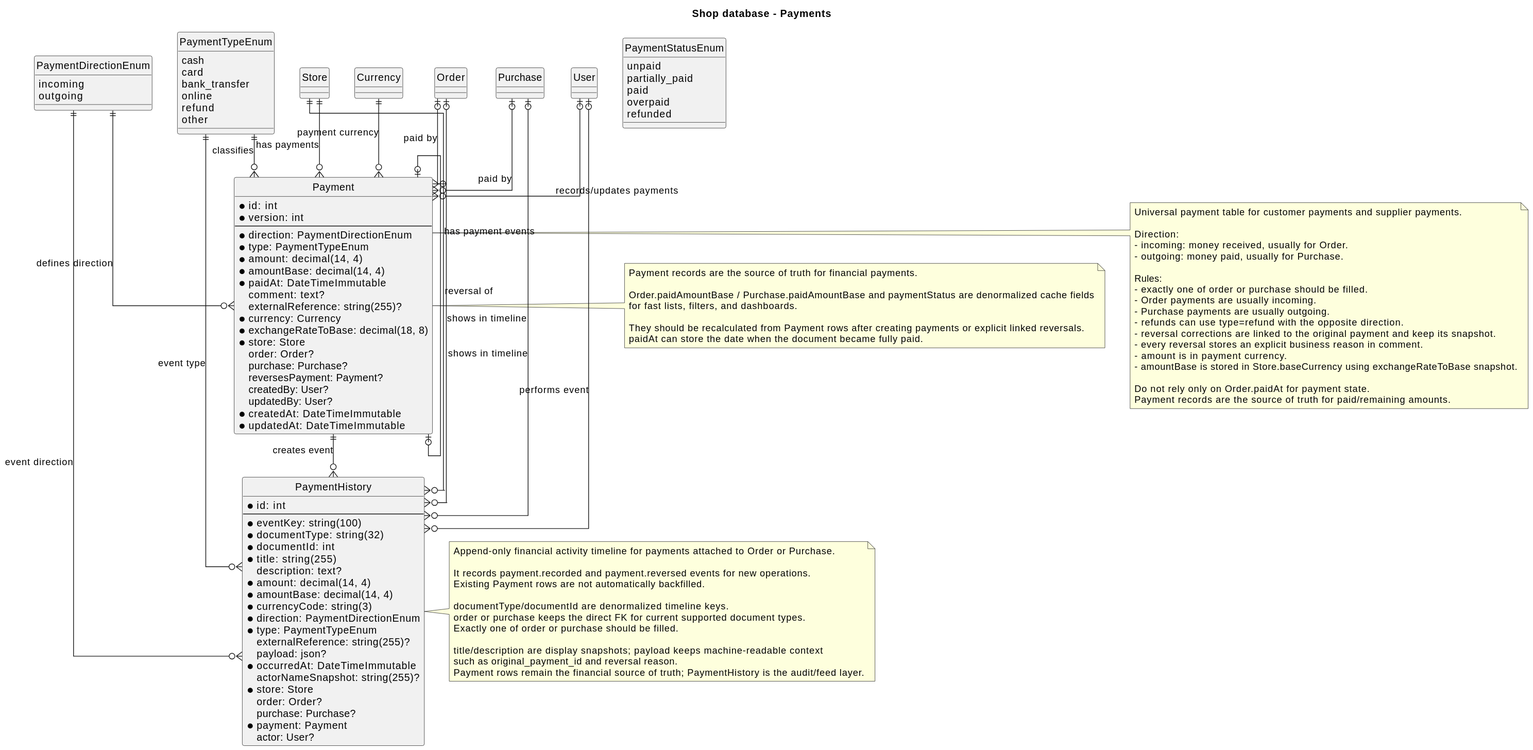
The PlantUML diagram src/Uml/database/07_Payments.svg in Tolik1794/shop, before a commit.
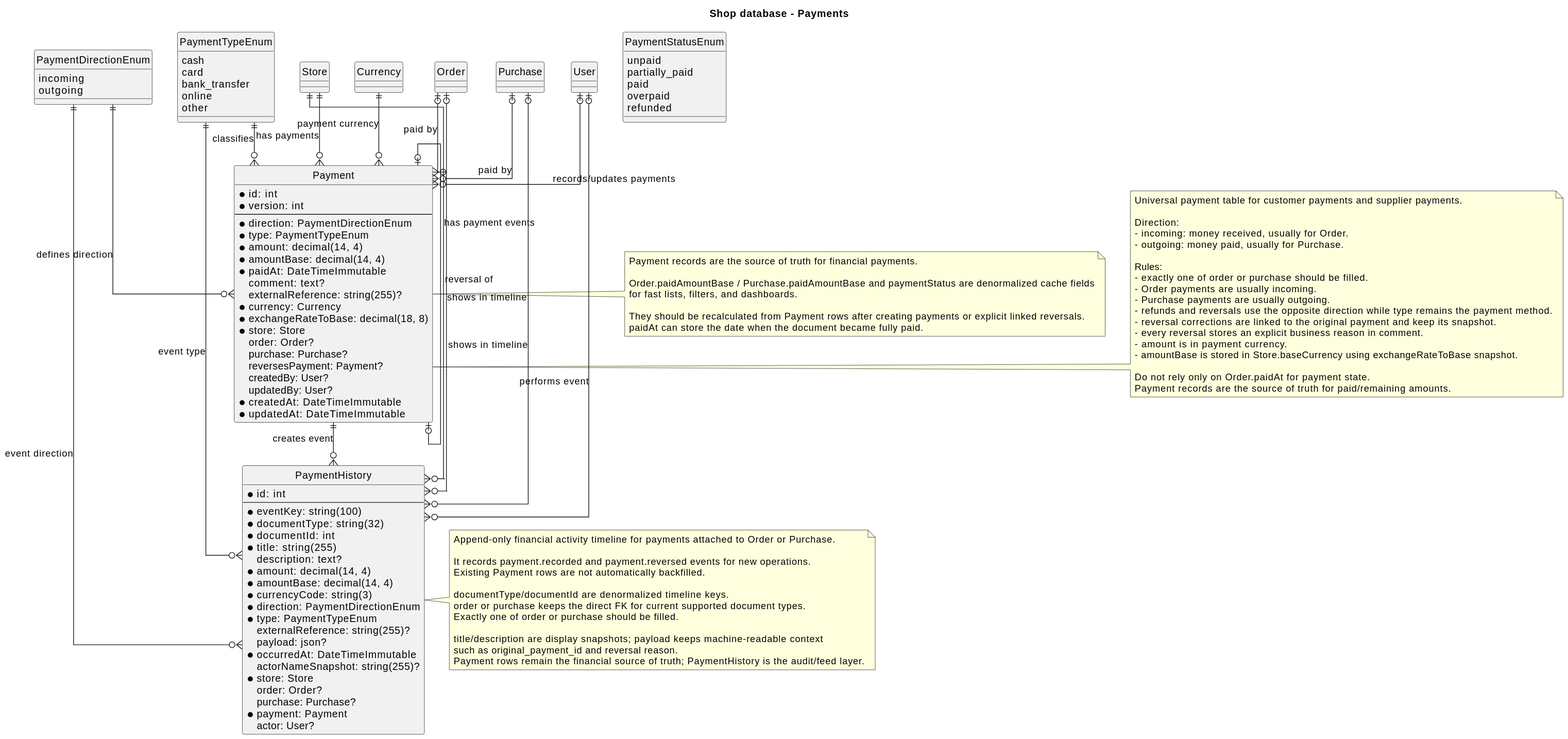
After the commit.

Diff of the diagram source:
```diff
@@ -13,7 +13,6 @@
     card
     bank_transfer
     online
-    refund
     other
 }
 
@@ -101,7 +100,7 @@
   - exactly one of order or purchase should be filled.
   - Order payments are usually incoming.
   - Purchase payments are usually outgoing.
-  - refunds can use type=refund with the opposite direction.
+  - refunds and reversals use the opposite direction while type remains the payment method.
   - reversal corrections are linked to the original payment and keep its snapshot.
   - every reversal stores an explicit business reason in comment.
   - amount is in payment currency.
```
